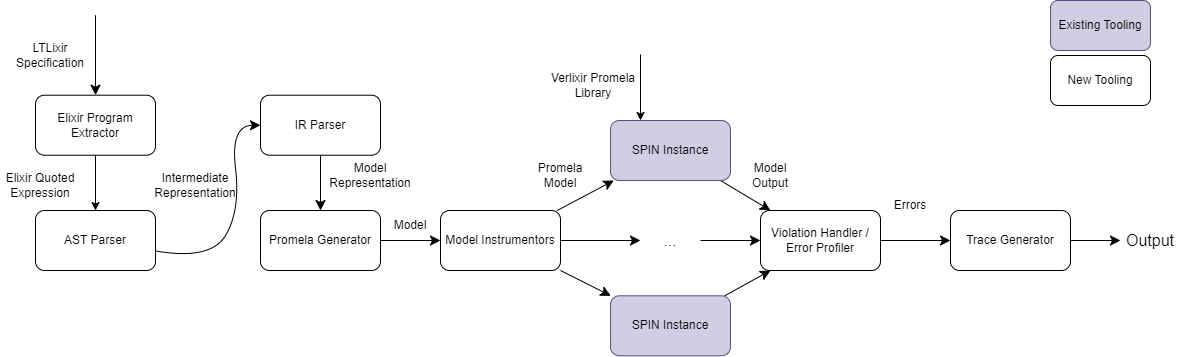
This is report/images/detailed_diagram_v2.drawio.png from matt-neave/verificationAwareElixir, a draw.io export, as it was before one commit. Source tidied: cells renumbered, new cells last; positions are measured from the earlier drawing's top-left corner, leaving out a move shared by most shapes.
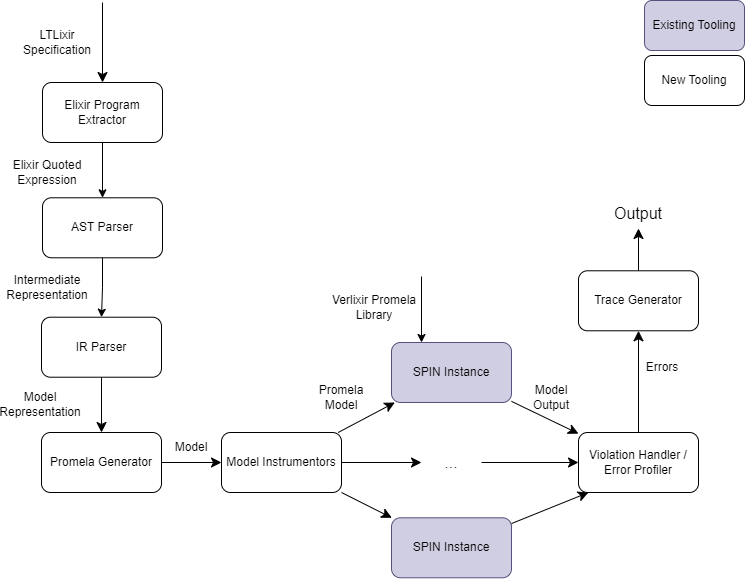
The same file after the commit.

The edit, as a diff of the source:
```diff
@@ -4,26 +4,20 @@
     <mxCell id="1" parent="0" />
     <mxCell id="2" style="edgeStyle=none;curved=1;rounded=0;jettySize=auto;html=1;fontSize=12;startSize=8;endSize=8;" parent="1" edge="1" target="4">
       <mxGeometry relative="1" as="geometry">
-        <mxPoint x="95" y="14.7" as="sourcePoint" />
+        <mxPoint x="321" y="-220" as="sourcePoint" />
       </mxGeometry>
     </mxCell>
     <mxCell id="3" style="edgeStyle=orthogonalEdgeStyle;rounded=0;jettySize=auto;html=1;entryX=0.5;entryY=0;entryDx=0;entryDy=0;" parent="1" edge="1" source="4" target="6">
       <mxGeometry relative="1" as="geometry" />
     </mxCell>
     <mxCell id="4" value="Elixir Program Extractor" style="whiteSpace=wrap;html=1;verticalAlign=middle;rounded=1;" parent="1" vertex="1">
-      <mxGeometry x="35" y="94.7" width="120" height="60" as="geometry" />
+      <mxGeometry x="261" y="-140" width="120" height="60" as="geometry" />
     </mxCell>
-    <mxCell id="5" style="edgeStyle=none;curved=1;rounded=0;jettySize=auto;html=1;fontSize=12;startSize=8;endSize=8;entryX=0;entryY=0.5;entryDx=0;entryDy=0;" parent="1" edge="1" source="6" target="8">
-      <mxGeometry relative="1" as="geometry">
-        <Array as="points">
-          <mxPoint x="210" y="260" />
-          <mxPoint x="240" y="210" />
-          <mxPoint x="230" y="125" />
-        </Array>
-      </mxGeometry>
+    <mxCell id="5" style="edgeStyle=orthogonalEdgeStyle;rounded=0;jettySize=auto;html=1;entryX=0.5;entryY=0;entryDx=0;entryDy=0;" parent="1" edge="1" source="6" target="8">
+      <mxGeometry relative="1" as="geometry" />
     </mxCell>
     <mxCell id="6" value="AST Parser" style="whiteSpace=wrap;html=1;verticalAlign=middle;rounded=1;" parent="1" vertex="1">
-      <mxGeometry x="35" y="210" width="120" height="60" as="geometry" />
+      <mxGeometry x="261" y="-24.7" width="120" height="60" as="geometry" />
     </mxCell>
     <mxCell id="7" style="edgeStyle=none;curved=1;rounded=0;jettySize=auto;html=1;fontSize=12;startSize=8;endSize=8;" parent="1" edge="1" source="8" target="10">
       <mxGeometry relative="1" as="geometry" />
@@ -68,7 +62,7 @@
       <mxGeometry relative="1" as="geometry" />
     </mxCell>
     <mxCell id="21" value="Violation Handler / Error Profiler" style="whiteSpace=wrap;html=1;verticalAlign=middle;rounded=1;" parent="1" vertex="1">
-      <mxGeometry x="760" y="210" width="120" height="60" as="geometry" />
+      <mxGeometry x="797" y="210" width="120" height="60" as="geometry" />
     </mxCell>
     <mxCell id="22" style="edgeStyle=none;curved=1;rounded=0;jettySize=auto;html=1;entryX=0.083;entryY=1;entryDx=0;entryDy=0;entryPerimeter=0;fontSize=12;startSize=8;endSize=8;" parent="1" edge="1" source="17" target="21">
       <mxGeometry relative="1" as="geometry" />
@@ -77,28 +71,28 @@
       <mxGeometry relative="1" as="geometry" />
     </mxCell>
     <mxCell id="24" value="Trace Generator" style="whiteSpace=wrap;html=1;verticalAlign=middle;rounded=1;" parent="1" vertex="1">
-      <mxGeometry x="950" y="210" width="120" height="60" as="geometry" />
+      <mxGeometry x="797" y="48.3" width="120" height="60" as="geometry" />
     </mxCell>
     <mxCell id="25" value="Output" style="text;html=1;align=center;verticalAlign=middle;whiteSpace=wrap;rounded=0;fontSize=16;" parent="1" vertex="1">
-      <mxGeometry x="1120" y="225" width="60" height="30" as="geometry" />
+      <mxGeometry x="827" y="-24" width="60" height="30" as="geometry" />
     </mxCell>
     <mxCell id="26" value="Existing Tooling" style="rounded=1;whiteSpace=wrap;html=1;fillColor=#d0cee2;strokeColor=#56517e;" parent="1" vertex="1">
-      <mxGeometry x="1050" width="100" height="50" as="geometry" />
+      <mxGeometry x="863" y="-222" width="100" height="50" as="geometry" />
     </mxCell>
     <mxCell id="27" value="New Tooling" style="rounded=1;whiteSpace=wrap;html=1;" parent="1" vertex="1">
-      <mxGeometry x="1050" y="55" width="100" height="50" as="geometry" />
+      <mxGeometry x="863" y="-167" width="100" height="50" as="geometry" />
     </mxCell>
     <mxCell id="28" value="LTLixir Specification" style="text;html=1;align=center;verticalAlign=middle;whiteSpace=wrap;rounded=0;" parent="1" vertex="1">
-      <mxGeometry x="20" y="39.7" width="60" height="30" as="geometry" />
+      <mxGeometry x="246" y="-195" width="60" height="30" as="geometry" />
     </mxCell>
     <mxCell id="29" value="Elixir Quoted Expression" style="text;html=1;align=center;verticalAlign=middle;whiteSpace=wrap;rounded=0;" parent="1" vertex="1">
-      <mxGeometry y="169.7" width="80" height="30" as="geometry" />
+      <mxGeometry x="226" y="-65" width="80" height="30" as="geometry" />
     </mxCell>
     <mxCell id="30" value="Intermediate Representation" style="text;html=1;align=center;verticalAlign=middle;whiteSpace=wrap;rounded=0;" parent="1" vertex="1">
-      <mxGeometry x="155" y="169.7" width="80" height="30" as="geometry" />
+      <mxGeometry x="226" y="50" width="80" height="30" as="geometry" />
     </mxCell>
     <mxCell id="31" value="Model Representation" style="text;html=1;align=center;verticalAlign=middle;whiteSpace=wrap;rounded=0;" parent="1" vertex="1">
-      <mxGeometry x="330" y="160" width="80" height="30" as="geometry" />
+      <mxGeometry x="219" y="167" width="80" height="30" as="geometry" />
     </mxCell>
     <mxCell id="32" value="Model" style="text;html=1;align=center;verticalAlign=middle;whiteSpace=wrap;rounded=0;" parent="1" vertex="1">
       <mxGeometry x="370" y="210" width="80" height="30" as="geometry" />
@@ -110,7 +104,7 @@
       <mxGeometry x="730" y="160" width="80" height="30" as="geometry" />
     </mxCell>
     <mxCell id="35" value="Errors" style="text;html=1;align=center;verticalAlign=middle;whiteSpace=wrap;rounded=0;" parent="1" vertex="1">
-      <mxGeometry x="870" y="190" width="80" height="30" as="geometry" />
+      <mxGeometry x="841" y="130" width="80" height="30" as="geometry" />
     </mxCell>
     <mxCell id="36" style="endArrow=classic;html=1;rounded=0;entryX=0.25;entryY=0;entryDx=0;entryDy=0;" parent="1" edge="1" target="16">
       <mxGeometry relative="1" as="geometry">
```
